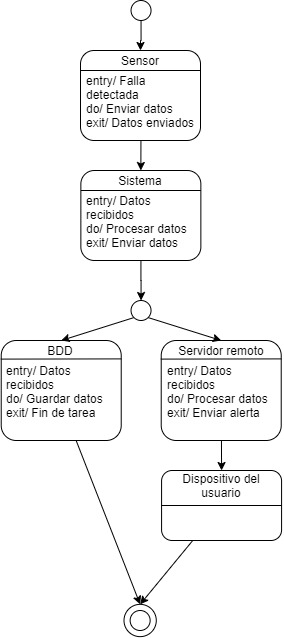
The draw.io diagram img/DiagramaDeEstado.drawio.png in EduardoCollazoR/AnalisisAvanzDeSoft, before a commit. Source tidied: cells renumbered, new cells last; positions are measured from the earlier drawing's top-left corner, leaving out a move shared by most shapes.
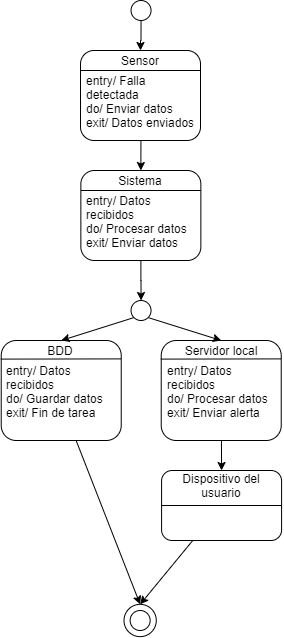
After the change.

Change to the diagram source:
```diff
@@ -35,7 +35,7 @@
     <mxCell id="12" style="endArrow=none;html=1;entryX=1;entryY=0.184;entryDx=0;entryDy=0;exitX=-0.003;exitY=0.186;exitDx=0;exitDy=0;entryPerimeter=0;exitPerimeter=0;" parent="1" edge="1" source="11" target="11">
       <mxGeometry relative="1" as="geometry" />
     </mxCell>
-    <mxCell id="13" value="Servidor remoto" style="text;html=1;strokeColor=none;fillColor=none;align=center;verticalAlign=middle;whiteSpace=wrap;rounded=0;" parent="1" vertex="1">
+    <mxCell id="13" value="Servidor local" style="text;html=1;strokeColor=none;fillColor=none;align=center;verticalAlign=middle;whiteSpace=wrap;rounded=0;" parent="1" vertex="1">
       <mxGeometry x="160.7" y="340" width="120" height="20" as="geometry" />
     </mxCell>
     <mxCell id="14" style="rounded=1;whiteSpace=wrap;html=1;" parent="1" vertex="1">
```
